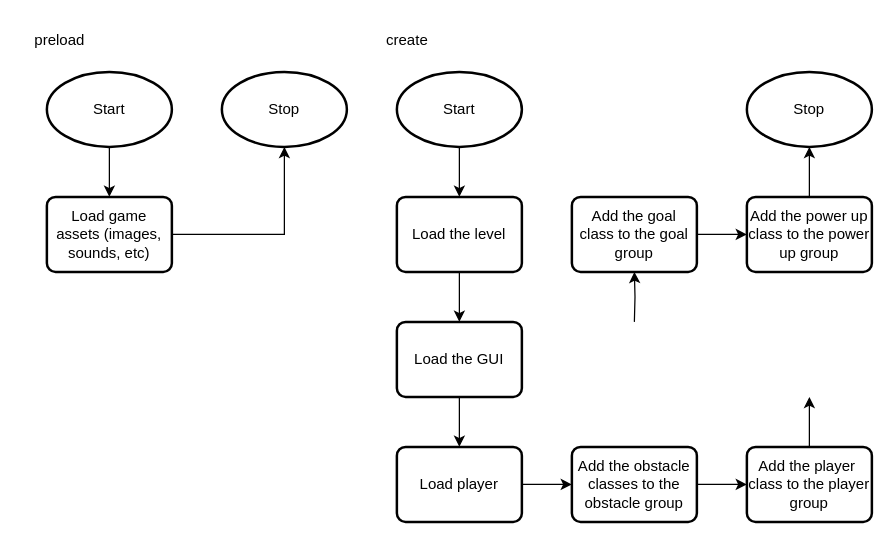
Above: diagram/flowchart.drawio in MTHS-ICS4U-1-2024/ICS4U-Final-Project-Zilin (draw.io), before the change. Source tidied: cells renumbered, new cells numbered last; positions are measured from the earlier drawing's top-left corner, leaving out a move shared by most shapes. Both pictures are drawn from the tidied source at 125%, with x=0, y=0 at pixel (21, 21).
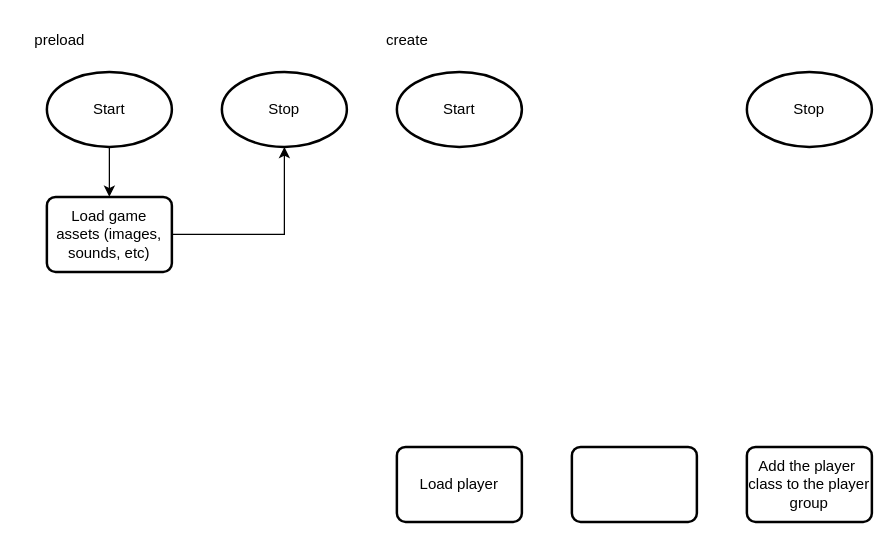
Above is the later version.

Unchanged cells that the change refers to:
```xml
<mxCell id="9" value="Start" style="strokeWidth=2;html=1;shape=mxgraph.flowchart.start_1;whiteSpace=wrap;" parent="1" vertex="1">
  <mxGeometry x="300" y="40" width="100" height="60" as="geometry" />
</mxCell>
<mxCell id="10" value="Stop" style="strokeWidth=2;html=1;shape=mxgraph.flowchart.start_1;whiteSpace=wrap;" parent="1" vertex="1">
  <mxGeometry x="580" y="40" width="100" height="60" as="geometry" />
</mxCell>
<mxCell id="16" value="Load player" style="rounded=1;whiteSpace=wrap;html=1;absoluteArcSize=1;arcSize=14;strokeWidth=2;" parent="1" vertex="1">
  <mxGeometry x="300" y="340" width="100" height="60" as="geometry" />
</mxCell>
<mxCell id="18" value="Add the player&amp;nbsp; class to the player group" style="rounded=1;whiteSpace=wrap;html=1;absoluteArcSize=1;arcSize=14;strokeWidth=2;" parent="1" vertex="1">
  <mxGeometry x="580" y="340" width="100" height="60" as="geometry" />
</mxCell>
```

The edit, as a diff of the source:
```diff
@@
-    <mxCell id="8" style="edgeStyle=none;html=1;entryX=0.5;entryY=0;entryDx=0;entryDy=0;" parent="1" edge="1" source="9" target="12">
-      <mxGeometry relative="1" as="geometry" />
-    </mxCell>
@@
-    <mxCell id="11" style="edgeStyle=orthogonalEdgeStyle;rounded=0;html=1;entryX=0.5;entryY=0;entryDx=0;entryDy=0;" parent="1" edge="1" source="12" target="14">
-      <mxGeometry relative="1" as="geometry" />
-    </mxCell>
-    <mxCell id="12" value="Load the level" style="rounded=1;whiteSpace=wrap;html=1;absoluteArcSize=1;arcSize=14;strokeWidth=2;" parent="1" vertex="1">
-      <mxGeometry x="300" y="140" width="100" height="60" as="geometry" />
-    </mxCell>
-    <mxCell id="13" style="edgeStyle=orthogonalEdgeStyle;rounded=0;html=1;entryX=0.5;entryY=0;entryDx=0;entryDy=0;" parent="1" edge="1" source="14" target="16">
-      <mxGeometry relative="1" as="geometry" />
-    </mxCell>
-    <mxCell id="14" value="Load the GUI" style="rounded=1;whiteSpace=wrap;html=1;absoluteArcSize=1;arcSize=14;strokeWidth=2;" parent="1" vertex="1">
-      <mxGeometry x="300" y="240" width="100" height="60" as="geometry" />
-    </mxCell>
-    <mxCell id="15" style="edgeStyle=orthogonalEdgeStyle;rounded=0;html=1;entryX=0;entryY=0.5;entryDx=0;entryDy=0;" parent="1" edge="1" source="16" target="20">
-      <mxGeometry relative="1" as="geometry" />
-    </mxCell>
@@
-    <mxCell id="17" style="edgeStyle=orthogonalEdgeStyle;rounded=0;html=1;entryX=0.5;entryY=1;entryDx=0;entryDy=0;entryPerimeter=0;fontSize=12;startArrow=none;startFill=0;endArrow=classic;endFill=1;" parent="1" edge="1" source="18">
-      <mxGeometry relative="1" as="geometry">
-        <mxPoint x="630" y="300" as="targetPoint" />
-      </mxGeometry>
-    </mxCell>
@@
-    <mxCell id="19" style="edgeStyle=orthogonalEdgeStyle;rounded=0;html=1;entryX=0;entryY=0.5;entryDx=0;entryDy=0;fontSize=12;startArrow=none;startFill=0;endArrow=classic;endFill=1;" parent="1" edge="1" source="20" target="18">
-      <mxGeometry relative="1" as="geometry" />
-    </mxCell>
-    <mxCell id="20" value="Add the obstacle classes to the obstacle group" style="rounded=1;whiteSpace=wrap;html=1;absoluteArcSize=1;arcSize=14;strokeWidth=2;" parent="1" vertex="1">
+    <mxCell id="20" style="rounded=1;whiteSpace=wrap;html=1;absoluteArcSize=1;arcSize=14;strokeWidth=2;" parent="1" vertex="1">
       <mxGeometry x="440" y="340" width="100" height="60" as="geometry" />
     </mxCell>
-    <mxCell id="21" style="edgeStyle=orthogonalEdgeStyle;rounded=0;html=1;entryX=0;entryY=0.5;entryDx=0;entryDy=0;" parent="1" edge="1" source="22" target="24">
-      <mxGeometry relative="1" as="geometry" />
-    </mxCell>
-    <mxCell id="22" value="Add the goal class to the goal group" style="rounded=1;whiteSpace=wrap;html=1;absoluteArcSize=1;arcSize=14;strokeWidth=2;" parent="1" vertex="1">
-      <mxGeometry x="440" y="140" width="100" height="60" as="geometry" />
-    </mxCell>
-    <mxCell id="23" style="edgeStyle=orthogonalEdgeStyle;rounded=0;html=1;entryX=0.5;entryY=1;entryDx=0;entryDy=0;entryPerimeter=0;" parent="1" edge="1" source="24" target="10">
-      <mxGeometry relative="1" as="geometry" />
-    </mxCell>
-    <mxCell id="24" value="Add the power up class to the power up group" style="rounded=1;whiteSpace=wrap;html=1;absoluteArcSize=1;arcSize=14;strokeWidth=2;" parent="1" vertex="1">
-      <mxGeometry x="580" y="140" width="100" height="60" as="geometry" />
-    </mxCell>
-    <mxCell id="25" style="edgeStyle=orthogonalEdgeStyle;rounded=0;html=1;fontSize=12;startArrow=none;startFill=0;endArrow=classic;endFill=1;" parent="1" edge="1" target="22">
-      <mxGeometry relative="1" as="geometry">
-        <mxPoint x="490" y="240" as="sourcePoint" />
-      </mxGeometry>
-    </mxCell>
```
